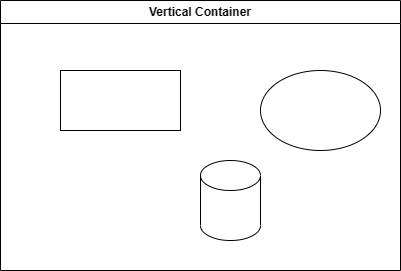
This is test.drawio.png from BorenZhang/Pictures, a draw.io export, as it was before one commit. Source tidied: cells renumbered, new cells last; positions are measured from the earlier drawing's top-left corner, leaving out a move shared by most shapes.
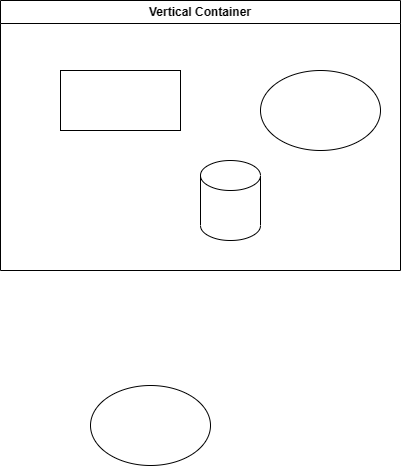
After the change.

Diff of the diagram source:
```diff
@@ -14,5 +14,8 @@
     <mxCell id="5" value="Vertical Container" style="swimlane;whiteSpace=wrap;html=1;" parent="1" vertex="1">
       <mxGeometry width="400" height="270" as="geometry" />
     </mxCell>
+    <mxCell id="6" style="ellipse;whiteSpace=wrap;html=1;" parent="1" vertex="1">
+      <mxGeometry x="90" y="385" width="120" height="80" as="geometry" />
+    </mxCell>
   </root>
 </mxGraphModel>
```
